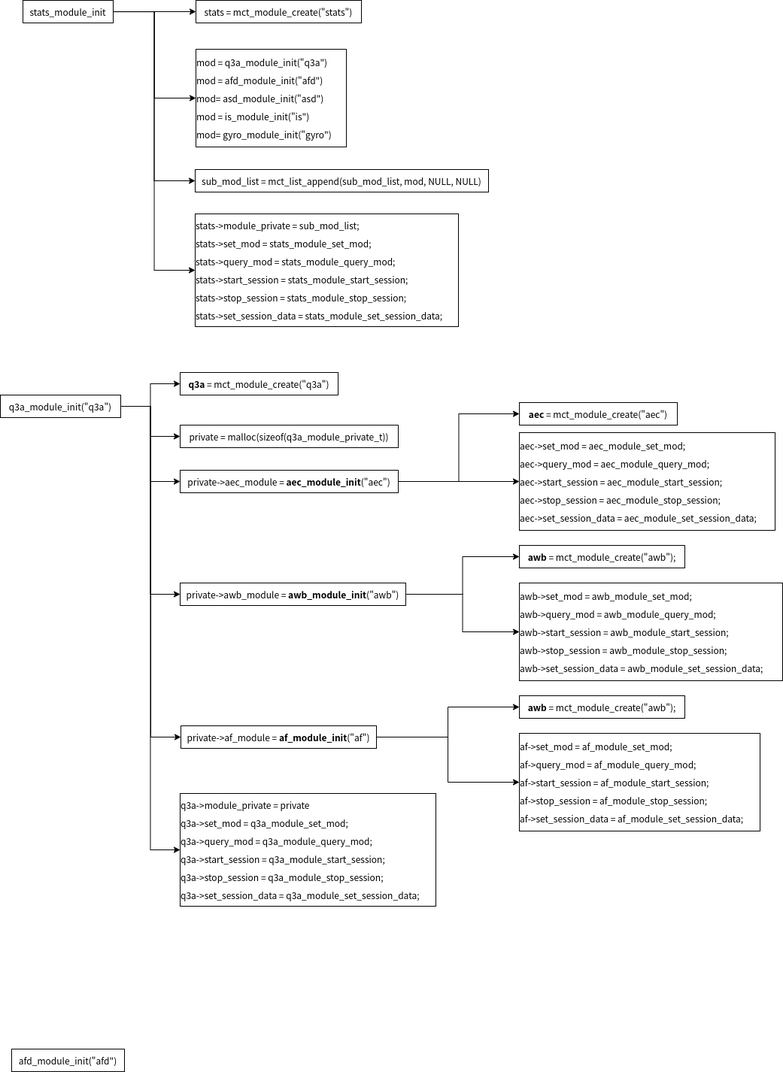
Before: qcom mm-camera stats.png, a diagram exported from draw.io (zhangmeizhen/test2). Source tidied: cells renumbered, new cells last; positions are measured from the earlier drawing's top-left corner, leaving out a move shared by most shapes.
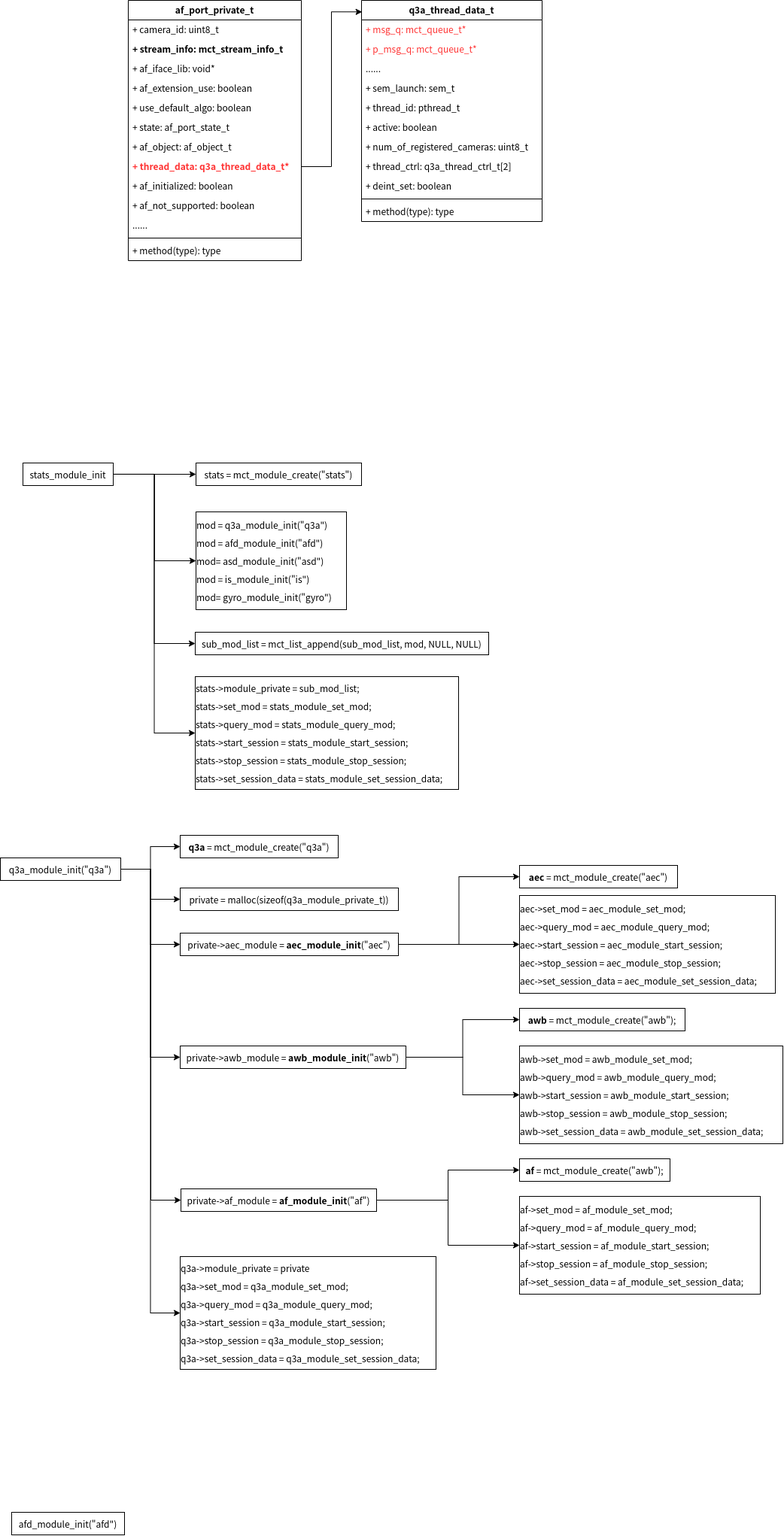
Later version of the same file.

The edit, as a diff of the source:
```diff
@@ -98,8 +98,8 @@
     <mxCell id="33" value="&lt;div style=&quot;background-color: rgb(255, 255, 255); font-family: &amp;quot;Droid Sans Mono&amp;quot;, monospace, monospace, &amp;quot;Droid Sans Fallback&amp;quot;; font-size: 12px; line-height: 24px;&quot;&gt;&lt;div style=&quot;font-family: &amp;quot;Droid Sans Mono&amp;quot;, monospace, monospace, &amp;quot;Droid Sans Fallback&amp;quot;; line-height: 24px; font-size: 12px;&quot;&gt;&lt;div style=&quot;font-family: &amp;quot;Droid Sans Mono&amp;quot;, monospace, monospace, &amp;quot;Droid Sans Fallback&amp;quot;; line-height: 24px; font-size: 12px;&quot;&gt;&lt;div style=&quot;font-family: &amp;quot;Droid Sans Mono&amp;quot;, monospace, monospace, &amp;quot;Droid Sans Fallback&amp;quot;; line-height: 24px; font-size: 12px;&quot;&gt;&lt;div style=&quot;font-family: &amp;quot;Droid Sans Mono&amp;quot;, monospace, monospace, &amp;quot;Droid Sans Fallback&amp;quot;; line-height: 24px; font-size: 12px;&quot;&gt;&lt;span style=&quot;font-size: 12px; text-align: center;&quot;&gt;awb&lt;/span&gt;-&amp;gt;set_mod =&amp;nbsp;&lt;span style=&quot;font-size: 12px;&quot;&gt;awb_module_set_mod&lt;/span&gt;;&lt;br style=&quot;font-size: 12px;&quot;&gt;&lt;/div&gt;&lt;div style=&quot;font-family: &amp;quot;Droid Sans Mono&amp;quot;, monospace, monospace, &amp;quot;Droid Sans Fallback&amp;quot;; line-height: 24px; font-size: 12px;&quot;&gt;&lt;div style=&quot;font-family: &amp;quot;Droid Sans Mono&amp;quot;, monospace, monospace, &amp;quot;Droid Sans Fallback&amp;quot;; line-height: 24px; font-size: 12px;&quot;&gt;&lt;div style=&quot;font-size: 12px;&quot;&gt;&lt;span style=&quot;font-size: 12px; text-align: center;&quot;&gt;awb&lt;/span&gt;-&amp;gt;&lt;span style=&quot;font-size: 12px;&quot;&gt;query_mod&lt;/span&gt; =&amp;nbsp;&lt;span style=&quot;font-size: 12px;&quot;&gt;awb_module_query_mod&lt;/span&gt;;&lt;br style=&quot;font-size: 12px;&quot;&gt;&lt;/div&gt;&lt;div style=&quot;font-size: 12px;&quot;&gt;&lt;span style=&quot;font-size: 12px; text-align: center;&quot;&gt;awb&lt;/span&gt;-&amp;gt;&lt;span style=&quot;font-size: 12px;&quot;&gt;start_session&lt;/span&gt; =&amp;nbsp;&lt;span style=&quot;font-size: 12px;&quot;&gt;awb_module_start_session&lt;/span&gt;;&lt;br style=&quot;font-size: 12px;&quot;&gt;&lt;/div&gt;&lt;div style=&quot;font-size: 12px;&quot;&gt;&lt;span style=&quot;font-size: 12px; text-align: center;&quot;&gt;awb&lt;/span&gt;-&amp;gt;&lt;span style=&quot;font-size: 12px;&quot;&gt;stop_session&lt;/span&gt; =&amp;nbsp;&lt;span style=&quot;font-size: 12px;&quot;&gt;awb_module_stop_session&lt;/span&gt;;&lt;br style=&quot;font-size: 12px;&quot;&gt;&lt;/div&gt;&lt;div style=&quot;font-size: 12px;&quot;&gt;&lt;span style=&quot;font-size: 12px; text-align: center;&quot;&gt;awb&lt;/span&gt;-&amp;gt;&lt;span style=&quot;font-size: 12px;&quot;&gt;set_session_data&lt;/span&gt; =&amp;nbsp;&lt;span style=&quot;font-size: 12px;&quot;&gt;awb_module_set_session_data&lt;/span&gt;;&lt;br style=&quot;font-size: 12px;&quot;&gt;&lt;/div&gt;&lt;/div&gt;&lt;/div&gt;&lt;/div&gt;&lt;/div&gt;&lt;/div&gt;&lt;/div&gt;" style="rounded=0;whiteSpace=wrap;html=1;align=left;fontSize=12;spacing=1;fontColor=#000000;spacingTop=0;" parent="1" vertex="1">
       <mxGeometry x="690" y="775" width="350" height="130" as="geometry" />
     </mxCell>
-    <mxCell id="34" value="&lt;div style=&quot;background-color: rgb(255, 255, 255); font-family: &amp;quot;Droid Sans Mono&amp;quot;, monospace, monospace, &amp;quot;Droid Sans Fallback&amp;quot;; font-size: 12px; line-height: 24px;&quot;&gt;&lt;div style=&quot;font-family: &amp;quot;Droid Sans Mono&amp;quot;, monospace, monospace, &amp;quot;Droid Sans Fallback&amp;quot;; font-size: 12px; line-height: 24px;&quot;&gt;&lt;div style=&quot;font-family: &amp;quot;Droid Sans Mono&amp;quot;, monospace, monospace, &amp;quot;Droid Sans Fallback&amp;quot;; line-height: 24px; font-size: 12px;&quot;&gt;&lt;div style=&quot;font-family: &amp;quot;Droid Sans Mono&amp;quot;, monospace, monospace, &amp;quot;Droid Sans Fallback&amp;quot;; line-height: 24px; font-size: 12px;&quot;&gt;&lt;div style=&quot;font-family: &amp;quot;Droid Sans Mono&amp;quot;, monospace, monospace, &amp;quot;Droid Sans Fallback&amp;quot;; font-size: 12px; line-height: 24px;&quot;&gt;&lt;div style=&quot;font-family: &amp;quot;Droid Sans Mono&amp;quot;, monospace, monospace, &amp;quot;Droid Sans Fallback&amp;quot;; font-size: 12px; line-height: 24px;&quot;&gt;&lt;b style=&quot;font-size: 12px;&quot;&gt;awb&lt;/b&gt; =&amp;nbsp;&lt;span style=&quot;font-size: 12px;&quot;&gt;mct_module_create&lt;/span&gt;(&quot;awb&quot;);&lt;br style=&quot;font-size: 12px;&quot;&gt;&lt;/div&gt;&lt;/div&gt;&lt;/div&gt;&lt;/div&gt;&lt;/div&gt;&lt;/div&gt;" style="rounded=0;whiteSpace=wrap;html=1;fontSize=12;spacing=1;fontColor=#000000;spacingTop=0;" parent="1" vertex="1">
-      <mxGeometry x="690" y="925" width="220" height="30" as="geometry" />
+    <mxCell id="34" value="&lt;div style=&quot;background-color: rgb(255, 255, 255); font-family: &amp;quot;Droid Sans Mono&amp;quot;, monospace, monospace, &amp;quot;Droid Sans Fallback&amp;quot;; font-size: 12px; line-height: 24px;&quot;&gt;&lt;div style=&quot;font-family: &amp;quot;Droid Sans Mono&amp;quot;, monospace, monospace, &amp;quot;Droid Sans Fallback&amp;quot;; font-size: 12px; line-height: 24px;&quot;&gt;&lt;div style=&quot;font-family: &amp;quot;Droid Sans Mono&amp;quot;, monospace, monospace, &amp;quot;Droid Sans Fallback&amp;quot;; line-height: 24px; font-size: 12px;&quot;&gt;&lt;div style=&quot;font-family: &amp;quot;Droid Sans Mono&amp;quot;, monospace, monospace, &amp;quot;Droid Sans Fallback&amp;quot;; line-height: 24px; font-size: 12px;&quot;&gt;&lt;div style=&quot;font-family: &amp;quot;Droid Sans Mono&amp;quot;, monospace, monospace, &amp;quot;Droid Sans Fallback&amp;quot;; font-size: 12px; line-height: 24px;&quot;&gt;&lt;div style=&quot;font-family: &amp;quot;Droid Sans Mono&amp;quot;, monospace, monospace, &amp;quot;Droid Sans Fallback&amp;quot;; font-size: 12px; line-height: 24px;&quot;&gt;&lt;span style=&quot;text-align: left;&quot;&gt;&lt;b&gt;af&lt;/b&gt;&lt;/span&gt;&amp;nbsp;=&amp;nbsp;&lt;span style=&quot;font-size: 12px;&quot;&gt;mct_module_create&lt;/span&gt;(&quot;awb&quot;);&lt;br style=&quot;font-size: 12px;&quot;&gt;&lt;/div&gt;&lt;/div&gt;&lt;/div&gt;&lt;/div&gt;&lt;/div&gt;&lt;/div&gt;" style="rounded=0;whiteSpace=wrap;html=1;fontSize=12;spacing=1;fontColor=#000000;spacingTop=0;" parent="1" vertex="1">
+      <mxGeometry x="690" y="925" width="200" height="30" as="geometry" />
     </mxCell>
     <mxCell id="35" value="&lt;div style=&quot;background-color: rgb(255, 255, 255); font-family: &amp;quot;Droid Sans Mono&amp;quot;, monospace, monospace, &amp;quot;Droid Sans Fallback&amp;quot;; font-size: 12px; line-height: 24px;&quot;&gt;&lt;div style=&quot;font-family: &amp;quot;Droid Sans Mono&amp;quot;, monospace, monospace, &amp;quot;Droid Sans Fallback&amp;quot;; line-height: 24px; font-size: 12px;&quot;&gt;&lt;div style=&quot;font-family: &amp;quot;Droid Sans Mono&amp;quot;, monospace, monospace, &amp;quot;Droid Sans Fallback&amp;quot;; line-height: 24px; font-size: 12px;&quot;&gt;&lt;div style=&quot;font-family: &amp;quot;Droid Sans Mono&amp;quot;, monospace, monospace, &amp;quot;Droid Sans Fallback&amp;quot;; line-height: 24px; font-size: 12px;&quot;&gt;&lt;div style=&quot;font-family: &amp;quot;Droid Sans Mono&amp;quot;, monospace, monospace, &amp;quot;Droid Sans Fallback&amp;quot;; line-height: 24px; font-size: 12px;&quot;&gt;&lt;span style=&quot;font-size: 12px;&quot;&gt;af&lt;/span&gt;-&amp;gt;set_mod =&amp;nbsp;&lt;span style=&quot;font-size: 12px;&quot;&gt;af_module_set_mod&lt;/span&gt;;&lt;br style=&quot;font-size: 12px;&quot;&gt;&lt;/div&gt;&lt;div style=&quot;font-family: &amp;quot;Droid Sans Mono&amp;quot;, monospace, monospace, &amp;quot;Droid Sans Fallback&amp;quot;; line-height: 24px; font-size: 12px;&quot;&gt;&lt;div style=&quot;font-family: &amp;quot;Droid Sans Mono&amp;quot;, monospace, monospace, &amp;quot;Droid Sans Fallback&amp;quot;; line-height: 24px; font-size: 12px;&quot;&gt;&lt;div style=&quot;font-size: 12px;&quot;&gt;&lt;span style=&quot;font-size: 12px;&quot;&gt;af&lt;/span&gt;-&amp;gt;&lt;span style=&quot;font-size: 12px;&quot;&gt;query_mod&lt;/span&gt; =&amp;nbsp;&lt;span style=&quot;font-size: 12px;&quot;&gt;af_module_query_mod&lt;/span&gt;;&lt;br style=&quot;font-size: 12px;&quot;&gt;&lt;/div&gt;&lt;div style=&quot;font-size: 12px;&quot;&gt;&lt;span style=&quot;font-size: 12px;&quot;&gt;af&lt;/span&gt;-&amp;gt;&lt;span style=&quot;font-size: 12px;&quot;&gt;start_session&lt;/span&gt; =&amp;nbsp;&lt;span style=&quot;font-size: 12px;&quot;&gt;af_module_start_session&lt;/span&gt;;&lt;br style=&quot;font-size: 12px;&quot;&gt;&lt;/div&gt;&lt;div style=&quot;font-size: 12px;&quot;&gt;&lt;span style=&quot;font-size: 12px;&quot;&gt;af&lt;/span&gt;-&amp;gt;&lt;span style=&quot;font-size: 12px;&quot;&gt;stop_session&lt;/span&gt; =&amp;nbsp;&lt;span style=&quot;font-size: 12px;&quot;&gt;af_module_stop_session&lt;/span&gt;;&lt;br style=&quot;font-size: 12px;&quot;&gt;&lt;/div&gt;&lt;div style=&quot;font-size: 12px;&quot;&gt;&lt;span style=&quot;font-size: 12px;&quot;&gt;af&lt;/span&gt;-&amp;gt;&lt;span style=&quot;font-size: 12px;&quot;&gt;set_session_data&lt;/span&gt; =&amp;nbsp;&lt;span style=&quot;font-size: 12px;&quot;&gt;af_module_set_session_data&lt;/span&gt;;&lt;br style=&quot;font-size: 12px;&quot;&gt;&lt;/div&gt;&lt;/div&gt;&lt;/div&gt;&lt;/div&gt;&lt;/div&gt;&lt;/div&gt;&lt;/div&gt;" style="rounded=0;whiteSpace=wrap;html=1;align=left;fontSize=12;spacing=1;fontColor=#000000;spacingTop=0;" parent="1" vertex="1">
       <mxGeometry x="690" y="975" width="320" height="130" as="geometry" />
@@ -107,5 +107,86 @@
     <mxCell id="36" value="&lt;div style=&quot;background-color: rgb(255, 255, 255); font-family: &amp;quot;Droid Sans Mono&amp;quot;, monospace, monospace, &amp;quot;Droid Sans Fallback&amp;quot;; font-size: 12px; line-height: 24px;&quot;&gt;&lt;span style=&quot;text-align: left;&quot;&gt;afd_module_init(&quot;&lt;/span&gt;&lt;span style=&quot;text-align: left;&quot;&gt;afd&lt;/span&gt;&lt;span style=&quot;text-align: left;&quot;&gt;&quot;)&lt;/span&gt;&lt;br style=&quot;font-size: 12px;&quot;&gt;&lt;/div&gt;" style="rounded=0;whiteSpace=wrap;html=1;fontSize=12;spacing=1;fontColor=#000000;spacingTop=0;" parent="1" vertex="1">
       <mxGeometry x="15" y="1395" width="150" height="30" as="geometry" />
     </mxCell>
+    <mxCell id="37" value="af_port_private_t" style="swimlane;fontStyle=1;align=center;verticalAlign=top;horizontal=1;startSize=26;fontSize=12;fontColor=#000000;" parent="1" vertex="1">
+      <mxGeometry x="170" y="-615" width="230" height="346" as="geometry" />
+    </mxCell>
+    <mxCell id="38" value="+ camera_id: uint8_t" style="text;strokeColor=none;fillColor=none;align=left;verticalAlign=top;spacingLeft=4;spacingRight=4;overflow=hidden;fontSize=12;fontColor=#000000;" parent="37" vertex="1">
+      <mxGeometry y="26" width="230" height="26" as="geometry" />
+    </mxCell>
+    <mxCell id="39" value="+ stream_info: mct_stream_info_t" style="text;strokeColor=none;fillColor=none;align=left;verticalAlign=top;spacingLeft=4;spacingRight=4;overflow=hidden;fontSize=12;fontColor=#000000;fontStyle=1;" parent="37" vertex="1">
+      <mxGeometry y="52" width="230" height="26" as="geometry" />
+    </mxCell>
+    <mxCell id="40" value="+ af_iface_lib: void*" style="text;strokeColor=none;fillColor=none;align=left;verticalAlign=top;spacingLeft=4;spacingRight=4;overflow=hidden;fontSize=12;fontColor=#000000;" parent="37" vertex="1">
+      <mxGeometry y="78" width="230" height="26" as="geometry" />
+    </mxCell>
+    <mxCell id="41" value="+ af_extension_use: boolean" style="text;strokeColor=none;fillColor=none;align=left;verticalAlign=top;spacingLeft=4;spacingRight=4;overflow=hidden;fontSize=12;fontColor=#000000;" parent="37" vertex="1">
+      <mxGeometry y="104" width="230" height="26" as="geometry" />
+    </mxCell>
+    <mxCell id="42" value="+ use_default_algo: boolean" style="text;strokeColor=none;fillColor=none;align=left;verticalAlign=top;spacingLeft=4;spacingRight=4;overflow=hidden;fontSize=12;fontColor=#000000;" parent="37" vertex="1">
+      <mxGeometry y="130" width="230" height="26" as="geometry" />
+    </mxCell>
+    <mxCell id="43" value="+ state: af_port_state_t" style="text;strokeColor=none;fillColor=none;align=left;verticalAlign=top;spacingLeft=4;spacingRight=4;overflow=hidden;fontSize=12;fontColor=#000000;" parent="37" vertex="1">
+      <mxGeometry y="156" width="230" height="26" as="geometry" />
+    </mxCell>
+    <mxCell id="44" value="+ af_object: af_object_t" style="text;strokeColor=none;fillColor=none;align=left;verticalAlign=top;spacingLeft=4;spacingRight=4;overflow=hidden;fontSize=12;fontColor=#000000;" parent="37" vertex="1">
+      <mxGeometry y="182" width="230" height="26" as="geometry" />
+    </mxCell>
+    <mxCell id="45" value="+ thread_data: q3a_thread_data_t*" style="text;strokeColor=none;fillColor=none;align=left;verticalAlign=top;spacingLeft=4;spacingRight=4;overflow=hidden;points=[[0,0.5],[1,0.5]];portConstraint=eastwest;fontSize=12;fontColor=#FF3333;fontStyle=1;" parent="37" vertex="1">
+      <mxGeometry y="208" width="230" height="26" as="geometry" />
+    </mxCell>
+    <mxCell id="46" value="+ af_initialized: boolean" style="text;strokeColor=none;fillColor=none;align=left;verticalAlign=top;spacingLeft=4;spacingRight=4;overflow=hidden;fontSize=12;fontColor=#000000;" parent="37" vertex="1">
+      <mxGeometry y="234" width="230" height="26" as="geometry" />
+    </mxCell>
+    <mxCell id="47" value="+ af_not_supported: boolean" style="text;strokeColor=none;fillColor=none;align=left;verticalAlign=top;spacingLeft=4;spacingRight=4;overflow=hidden;fontSize=12;fontColor=#000000;" parent="37" vertex="1">
+      <mxGeometry y="260" width="230" height="26" as="geometry" />
+    </mxCell>
+    <mxCell id="48" value="......" style="text;strokeColor=none;fillColor=none;align=left;verticalAlign=top;spacingLeft=4;spacingRight=4;overflow=hidden;fontSize=12;fontColor=#000000;" parent="37" vertex="1">
+      <mxGeometry y="286" width="230" height="26" as="geometry" />
+    </mxCell>
+    <mxCell id="49" style="line;strokeWidth=1;fillColor=none;align=left;verticalAlign=middle;spacingTop=-1;spacingLeft=3;spacingRight=3;labelPosition=right;fontSize=12;fontColor=#000000;" parent="37" vertex="1">
+      <mxGeometry y="312" width="230" height="8" as="geometry" />
+    </mxCell>
+    <mxCell id="50" value="+ method(type): type" style="text;strokeColor=none;fillColor=none;align=left;verticalAlign=top;spacingLeft=4;spacingRight=4;overflow=hidden;fontSize=12;fontColor=#000000;" parent="37" vertex="1">
+      <mxGeometry y="320" width="230" height="26" as="geometry" />
+    </mxCell>
+    <mxCell id="51" value="q3a_thread_data_t" style="swimlane;fontStyle=1;align=center;verticalAlign=top;horizontal=1;startSize=26;fontSize=12;fontColor=#000000;" parent="1" vertex="1">
+      <mxGeometry x="480" y="-615" width="240" height="294" as="geometry" />
+    </mxCell>
+    <mxCell id="52" value="+ msg_q: mct_queue_t*" style="text;strokeColor=none;fillColor=none;align=left;verticalAlign=top;spacingLeft=4;spacingRight=4;overflow=hidden;fontSize=12;fontColor=#FF3333;fontStyle=0;" parent="51" vertex="1">
+      <mxGeometry y="26" width="240" height="26" as="geometry" />
+    </mxCell>
+    <mxCell id="53" value="+ p_msg_q: mct_queue_t*" style="text;strokeColor=none;fillColor=none;align=left;verticalAlign=top;spacingLeft=4;spacingRight=4;overflow=hidden;fontSize=12;fontColor=#FF3333;" parent="51" vertex="1">
+      <mxGeometry y="52" width="240" height="26" as="geometry" />
+    </mxCell>
+    <mxCell id="54" value="......" style="text;strokeColor=none;fillColor=none;align=left;verticalAlign=top;spacingLeft=4;spacingRight=4;overflow=hidden;fontSize=12;fontColor=#000000;" parent="51" vertex="1">
+      <mxGeometry y="78" width="240" height="26" as="geometry" />
+    </mxCell>
+    <mxCell id="55" value="+ sem_launch: sem_t" style="text;strokeColor=none;fillColor=none;align=left;verticalAlign=top;spacingLeft=4;spacingRight=4;overflow=hidden;fontSize=12;fontColor=#000000;" parent="51" vertex="1">
+      <mxGeometry y="104" width="240" height="26" as="geometry" />
+    </mxCell>
+    <mxCell id="56" value="+ thread_id: pthread_t" style="text;strokeColor=none;fillColor=none;align=left;verticalAlign=top;spacingLeft=4;spacingRight=4;overflow=hidden;fontSize=12;fontColor=#000000;" parent="51" vertex="1">
+      <mxGeometry y="130" width="240" height="26" as="geometry" />
+    </mxCell>
+    <mxCell id="57" value="+ active: boolean" style="text;strokeColor=none;fillColor=none;align=left;verticalAlign=top;spacingLeft=4;spacingRight=4;overflow=hidden;fontSize=12;fontColor=#000000;" parent="51" vertex="1">
+      <mxGeometry y="156" width="240" height="26" as="geometry" />
+    </mxCell>
+    <mxCell id="58" value="+ num_of_registered_cameras: uint8_t" style="text;strokeColor=none;fillColor=none;align=left;verticalAlign=top;spacingLeft=4;spacingRight=4;overflow=hidden;fontSize=12;fontColor=#000000;" parent="51" vertex="1">
+      <mxGeometry y="182" width="240" height="26" as="geometry" />
+    </mxCell>
+    <mxCell id="59" value="+ thread_ctrl: q3a_thread_ctrl_t[2]" style="text;strokeColor=none;fillColor=none;align=left;verticalAlign=top;spacingLeft=4;spacingRight=4;overflow=hidden;fontSize=12;fontColor=#000000;" parent="51" vertex="1">
+      <mxGeometry y="208" width="240" height="26" as="geometry" />
+    </mxCell>
+    <mxCell id="60" value="+ deint_set: boolean" style="text;strokeColor=none;fillColor=none;align=left;verticalAlign=top;spacingLeft=4;spacingRight=4;overflow=hidden;fontSize=12;fontColor=#000000;" parent="51" vertex="1">
+      <mxGeometry y="234" width="240" height="26" as="geometry" />
+    </mxCell>
+    <mxCell id="61" style="line;strokeWidth=1;fillColor=none;align=left;verticalAlign=middle;spacingTop=-1;spacingLeft=3;spacingRight=3;labelPosition=right;fontSize=12;fontColor=#000000;" parent="51" vertex="1">
+      <mxGeometry y="260" width="240" height="8" as="geometry" />
+    </mxCell>
+    <mxCell id="62" value="+ method(type): type" style="text;strokeColor=none;fillColor=none;align=left;verticalAlign=top;spacingLeft=4;spacingRight=4;overflow=hidden;fontSize=12;fontColor=#000000;" parent="51" vertex="1">
+      <mxGeometry y="268" width="240" height="26" as="geometry" />
+    </mxCell>
+    <mxCell id="63" style="edgeStyle=orthogonalEdgeStyle;rounded=0;jettySize=auto;html=1;entryX=0.003;entryY=0.052;entryDx=0;entryDy=0;entryPerimeter=0;fontSize=12;fontColor=#FF3333;" parent="1" edge="1" source="45" target="51">
+      <mxGeometry relative="1" as="geometry" />
+    </mxCell>
   </root>
 </mxGraphModel>
```
